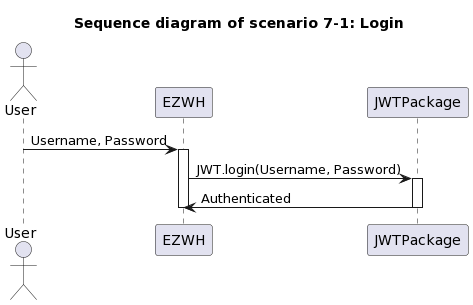
dscre99/EzWh keeps this PlantUML diagram as SequenceDiagram/scenario7_1.png. Above is the earlier version.
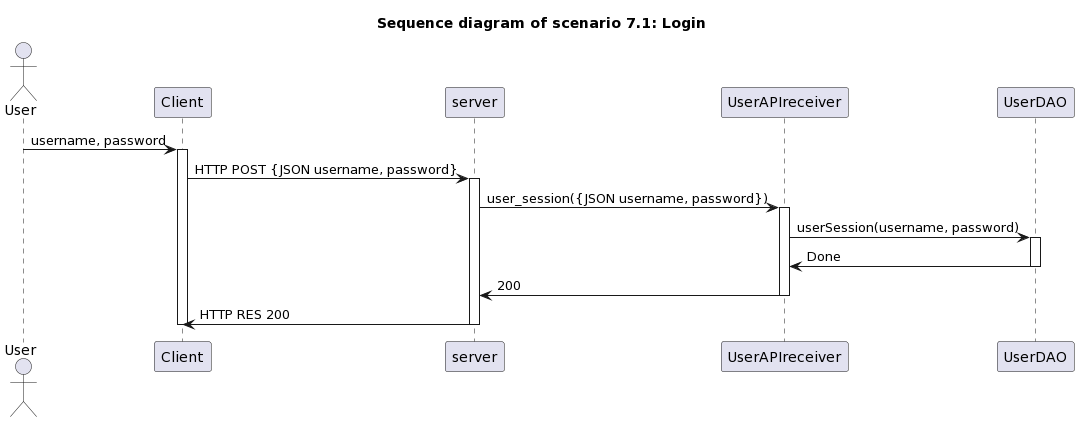
After the change.

Commit message:
Update: Updated Sequence Diagrams for Scenario 2-1, 3-1, 4-1, 4-3, 5-1-1, 	6-1, 7-1, 9-1, 9-2, and 9-3 in DesignDocument.md

Diff of the diagram source:
```diff
@@ -1,15 +1,25 @@
 @startuml
-title " Sequence diagram of scenario 7-1: Login"
+title " Sequence diagram of scenario 7.1: Login"
+
 
 actor User
 
-User -> EZWH : Username, Password
-activate EZWH
+User -> Client : username, password
+activate Client
 
-EZWH -> JWTPackage : JWT.login(Username, Password)
-activate JWTPackage
-EZWH <- JWTPackage : Authenticated
-deactivate JWTPackage
+Client -> server : HTTP POST {JSON username, password}
+activate server
 
-deactivate EZWH
+server -> UserAPIreceiver : user_session({JSON username, password})
+activate UserAPIreceiver
+UserAPIreceiver -> UserDAO : userSession(username, password)
+activate UserDAO
+UserAPIreceiver <- UserDAO : Done
+deactivate UserDAO
+server <- UserAPIreceiver : 200
+deactivate UserAPIreceiver
+Client <- server : HTTP RES 200
+deactivate server
+
+deactivate Client
 @enduml
```
